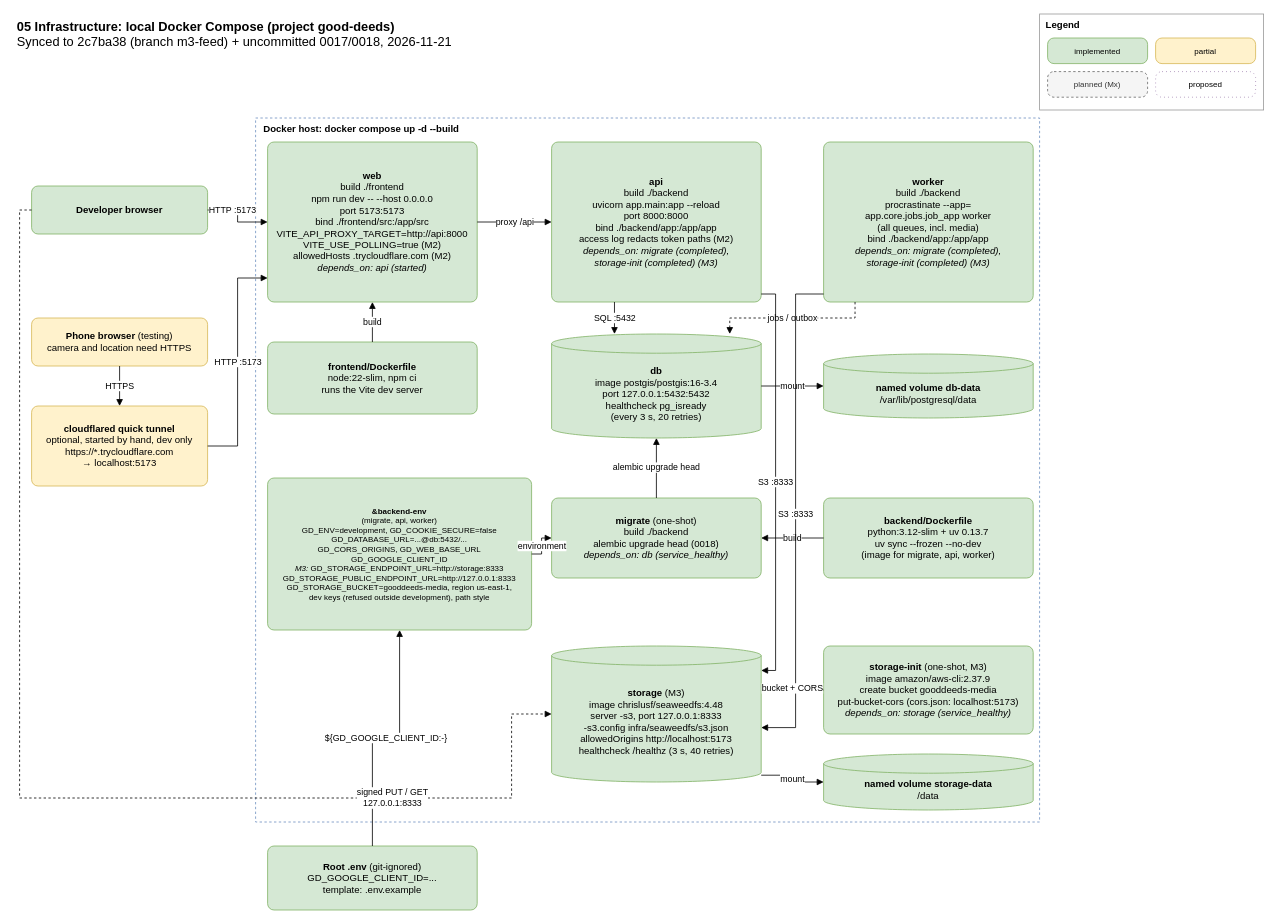
Ismail94M/Good-Deeds keeps this draw.io diagram as page "Local Docker Compose" (1 of 2) of docs/architecture/05-infrastructure-deployment.drawio. Above is the earlier version. Source tidied: cells renumbered, new cells numbered last; positions are measured from the earlier drawing's top-left corner, leaving out a move shared by most shapes. Both pictures are drawn from the tidied source at 80%, with x=0, y=0 at pixel (15, 14).
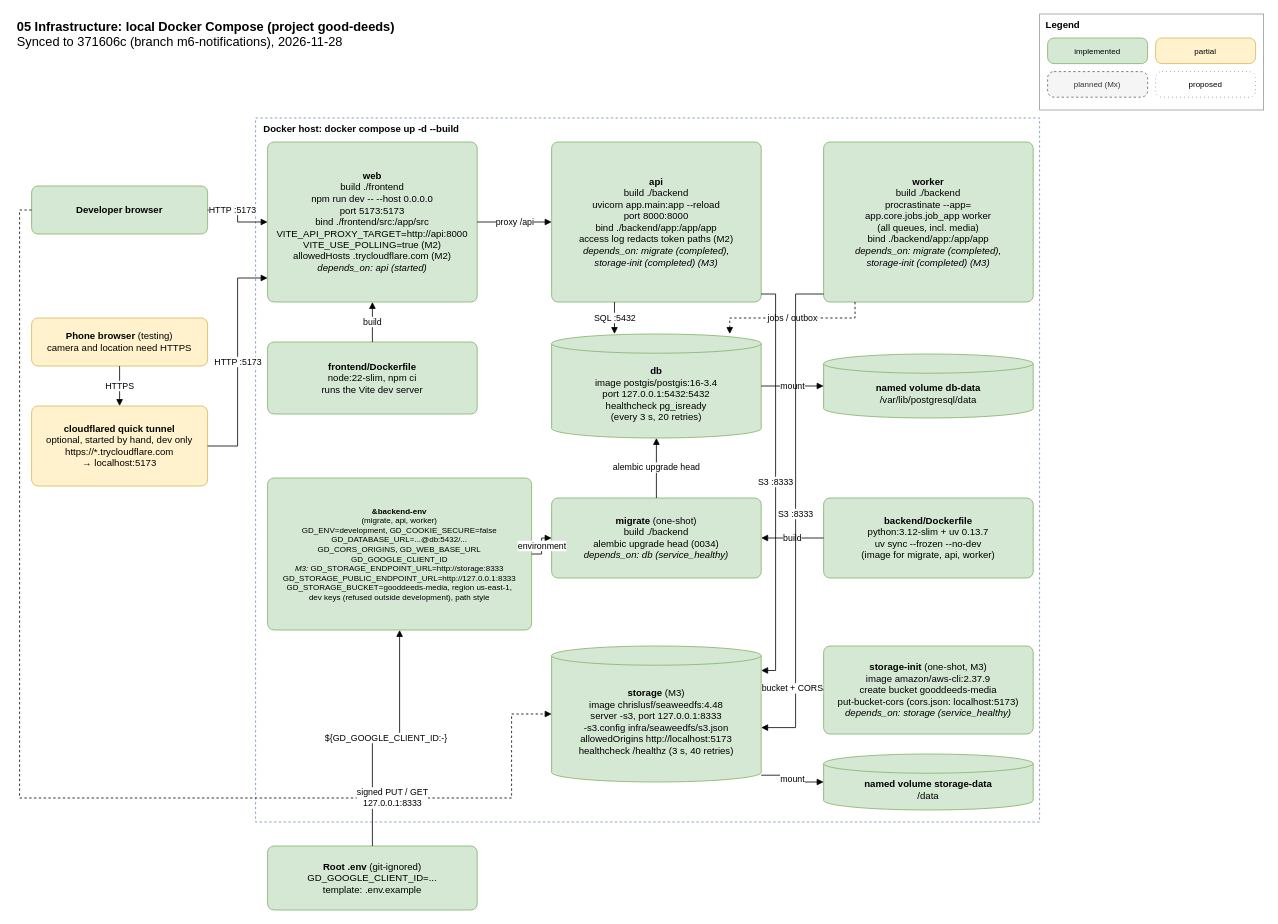
The same page after the edit.

Change to the diagram source:
```diff
@@
-    <mxCell id="2" value="&lt;b&gt;05 Infrastructure: local Docker Compose (project good-deeds)&lt;/b&gt;&lt;br&gt;Synced to 2c7ba38 (branch m3-feed) + uncommitted 0017/0018, 2026-11-21" style="text;html=1;align=left;verticalAlign=top;fontSize=16;" parent="1" vertex="1">
+    <mxCell id="2" value="&lt;b&gt;05 Infrastructure: local Docker Compose (project good-deeds)&lt;/b&gt;&lt;br&gt;Synced to 371606c (branch m6-notifications), 2026-11-28" style="text;html=1;align=left;verticalAlign=top;fontSize=16;" parent="1" vertex="1">
       <mxGeometry width="700" height="50" as="geometry" />
     </mxCell>
@@
-    <mxCell id="21" value="&lt;b&gt;migrate&lt;/b&gt; (one-shot)&lt;br&gt;build ./backend&lt;br&gt;alembic upgrade head (0018)&lt;br&gt;&lt;i&gt;depends_on: db (service_healthy)&lt;/i&gt;" style="rounded=1;absoluteArcSize=1;arcSize=16;whiteSpace=wrap;html=1;align=center;verticalAlign=middle;fillColor=#d5e8d4;strokeColor=#82b366;" parent="1" vertex="1">
+    <mxCell id="21" value="&lt;b&gt;migrate&lt;/b&gt; (one-shot)&lt;br&gt;build ./backend&lt;br&gt;alembic upgrade head (0034)&lt;br&gt;&lt;i&gt;depends_on: db (service_healthy)&lt;/i&gt;" style="rounded=1;absoluteArcSize=1;arcSize=16;whiteSpace=wrap;html=1;align=center;verticalAlign=middle;fillColor=#d5e8d4;strokeColor=#82b366;" parent="1" vertex="1">
       <mxGeometry x="670" y="605" width="262" height="100" as="geometry" />
     </mxCell>
```
